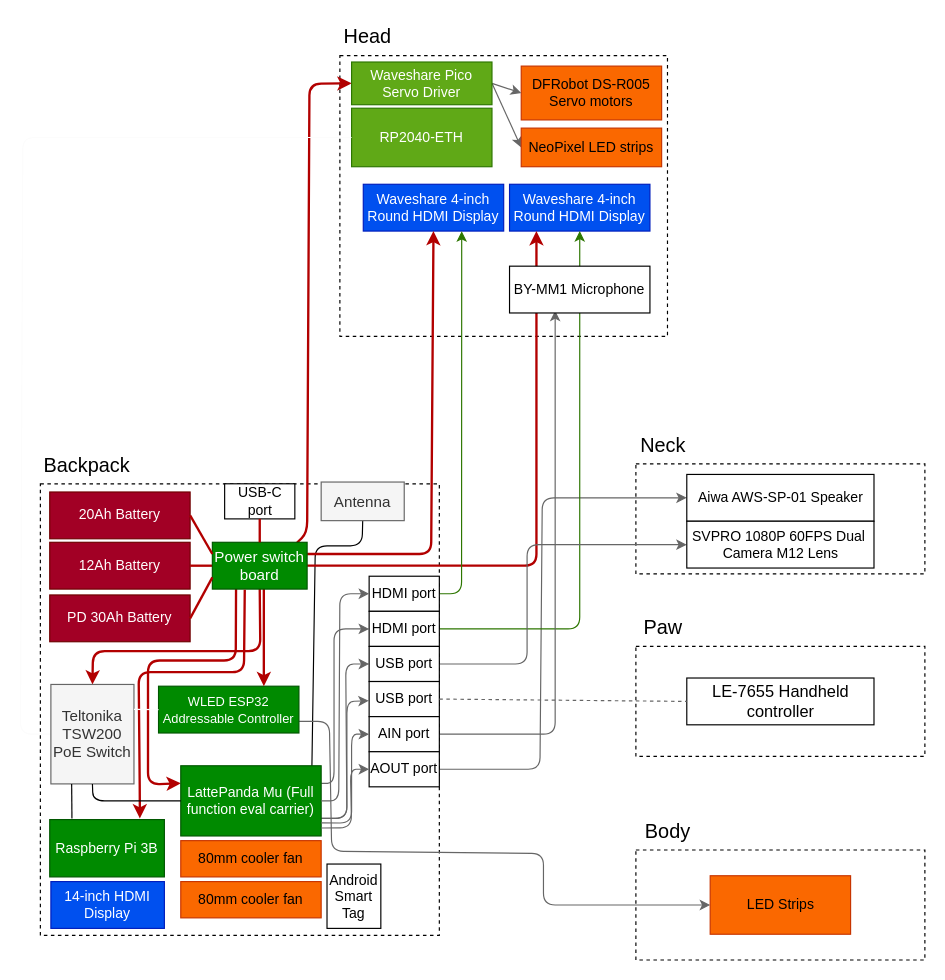
This is Planning/Hardware.drawio from MekhyW/DYNAMO-Electronic-Fursuit-3.0, a draw.io file, before an edit. Source tidied: cells renumbered, new cells numbered last; positions are measured from the earlier drawing's top-left corner, leaving out a move shared by most shapes. Both pictures are drawn from the tidied source at 117%, with x=0, y=0 at pixel (20, 20).
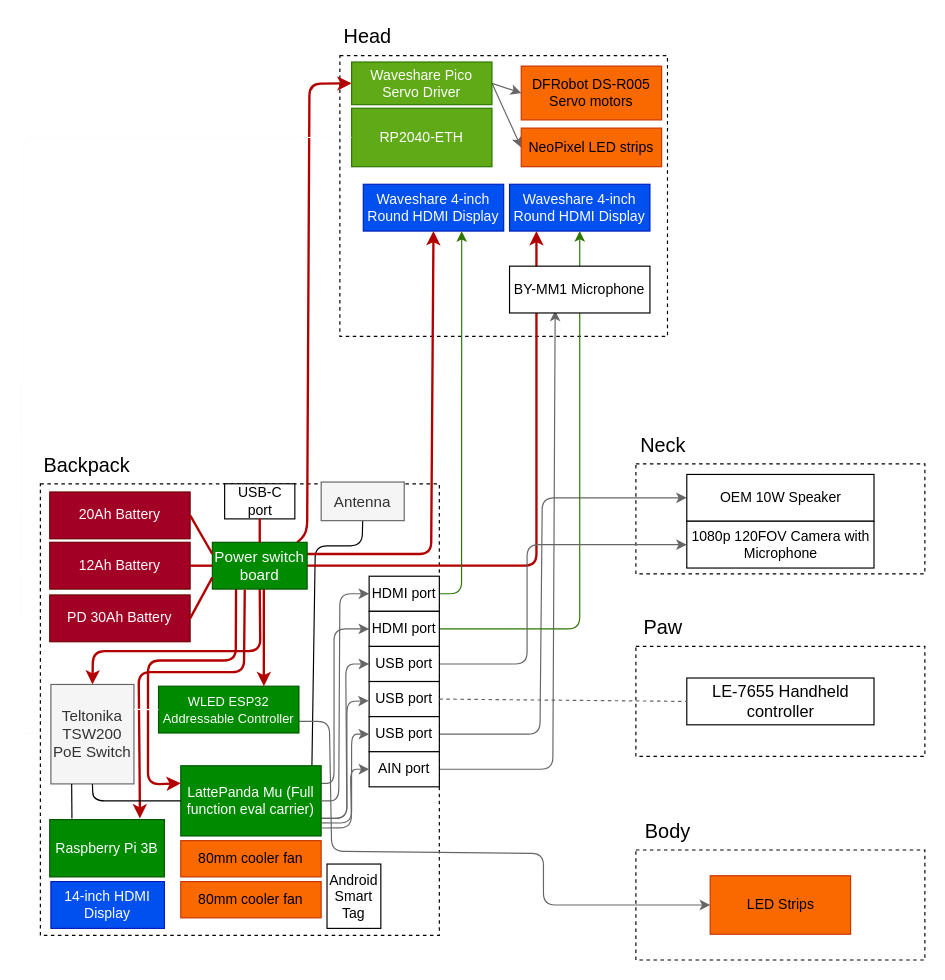
After the change.

The edit, as a diff of the source:
```diff
@@
-    <mxCell id="13" style="edgeStyle=none;html=1;exitX=1;exitY=0.5;exitDx=0;exitDy=0;entryX=0;entryY=0.5;entryDx=0;entryDy=0;fillColor=#f5f5f5;strokeColor=#666666;" parent="1" edge="1" source="56" target="35">
+    <mxCell id="13" style="edgeStyle=none;html=1;exitX=1;exitY=0.5;exitDx=0;exitDy=0;entryX=0;entryY=0.5;entryDx=0;entryDy=0;fillColor=#f5f5f5;strokeColor=#666666;" parent="1" edge="1" source="55" target="35">
       <mxGeometry relative="1" as="geometry">
         <Array as="points">
-          <mxPoint x="444" y="640" />
+          <mxPoint x="444" y="610" />
           <mxPoint x="446" y="408" />
         </Array>
       </mxGeometry>
     </mxCell>
@@
-    <mxCell id="31" style="edgeStyle=none;html=1;exitX=1;exitY=0.5;exitDx=0;exitDy=0;strokeColor=#666666;strokeWidth=1;fontSize=8;startArrow=none;startFill=0;fillColor=#f5f5f5;" parent="1" edge="1" source="55">
+    <mxCell id="31" style="edgeStyle=none;html=1;exitX=1;exitY=0.5;exitDx=0;exitDy=0;strokeColor=#666666;strokeWidth=1;fontSize=8;startArrow=none;startFill=0;fillColor=#f5f5f5;" parent="1" edge="1" source="56">
       <mxGeometry relative="1" as="geometry">
         <mxPoint x="457" y="248" as="targetPoint" />
         <Array as="points">
-          <mxPoint x="457" y="610" />
+          <mxPoint x="455" y="640" />
         </Array>
       </mxGeometry>
     </mxCell>
@@
-    <mxCell id="35" value="&lt;font style=&quot;&quot;&gt;Aiwa AWS-SP-01 Speaker&lt;/font&gt;" style="rounded=0;whiteSpace=wrap;html=1;" parent="1" vertex="1">
+    <mxCell id="35" value="&lt;font style=&quot;&quot;&gt;OEM 10W Speaker&lt;/font&gt;" style="rounded=0;whiteSpace=wrap;html=1;" parent="1" vertex="1">
       <mxGeometry x="569.5" y="388" width="160" height="40" as="geometry" />
     </mxCell>
@@
-    <mxCell id="55" value="AIN port" style="rounded=0;whiteSpace=wrap;html=1;" parent="1" vertex="1">
+    <mxCell id="55" value="USB port" style="rounded=0;whiteSpace=wrap;html=1;" parent="1" vertex="1">
       <mxGeometry x="298" y="595" width="60" height="30" as="geometry" />
     </mxCell>
-    <mxCell id="56" value="AOUT port" style="rounded=0;whiteSpace=wrap;html=1;" parent="1" vertex="1">
+    <mxCell id="56" value="AIN port" style="rounded=0;whiteSpace=wrap;html=1;" parent="1" vertex="1">
       <mxGeometry x="298" y="625" width="60" height="30" as="geometry" />
     </mxCell>
@@
-    <mxCell id="70" value="&lt;font style=&quot;&quot;&gt;SVPRO 1080P 60FPS Dual&amp;nbsp; Camera M12 Lens&lt;/font&gt;" style="rounded=0;whiteSpace=wrap;html=1;" parent="1" vertex="1">
+    <mxCell id="70" value="&lt;font style=&quot;&quot;&gt;1080p 120FOV Camera with Microphone&lt;/font&gt;" style="rounded=0;whiteSpace=wrap;html=1;" parent="1" vertex="1">
       <mxGeometry x="569.5" y="428" width="160" height="40" as="geometry" />
     </mxCell>
```
